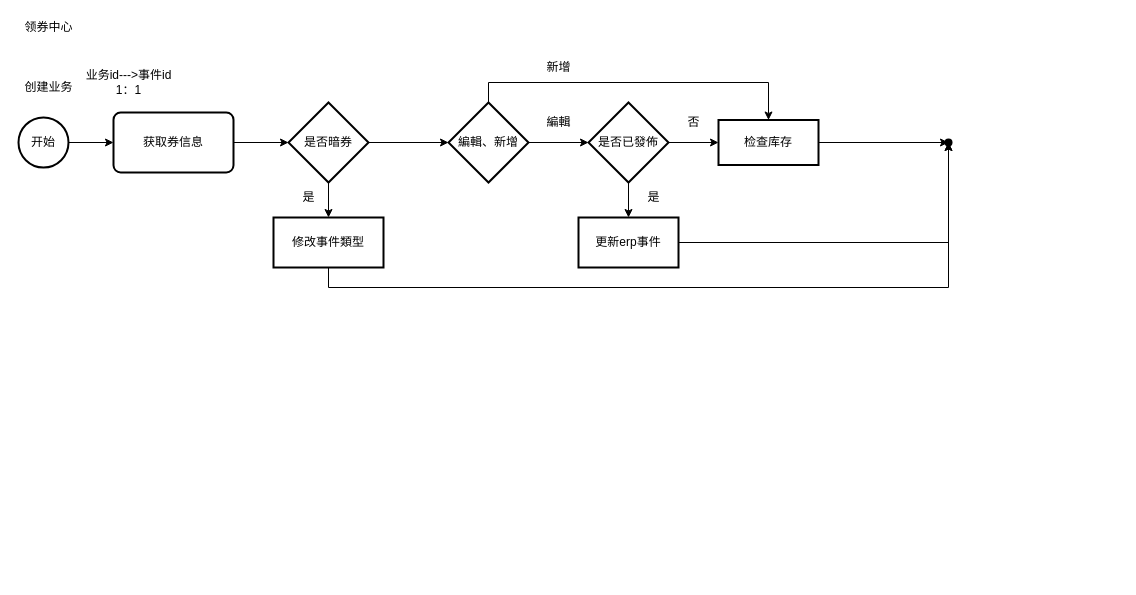
Above: 停车代金券.drawio in emperorthree/develop-design (draw.io), before the change. Source tidied: cells renumbered, new cells numbered last; positions are measured from the earlier drawing's top-left corner, leaving out a move shared by most shapes. Both pictures are drawn from the tidied source at 100%, with x=0, y=0 at pixel (18, 17).
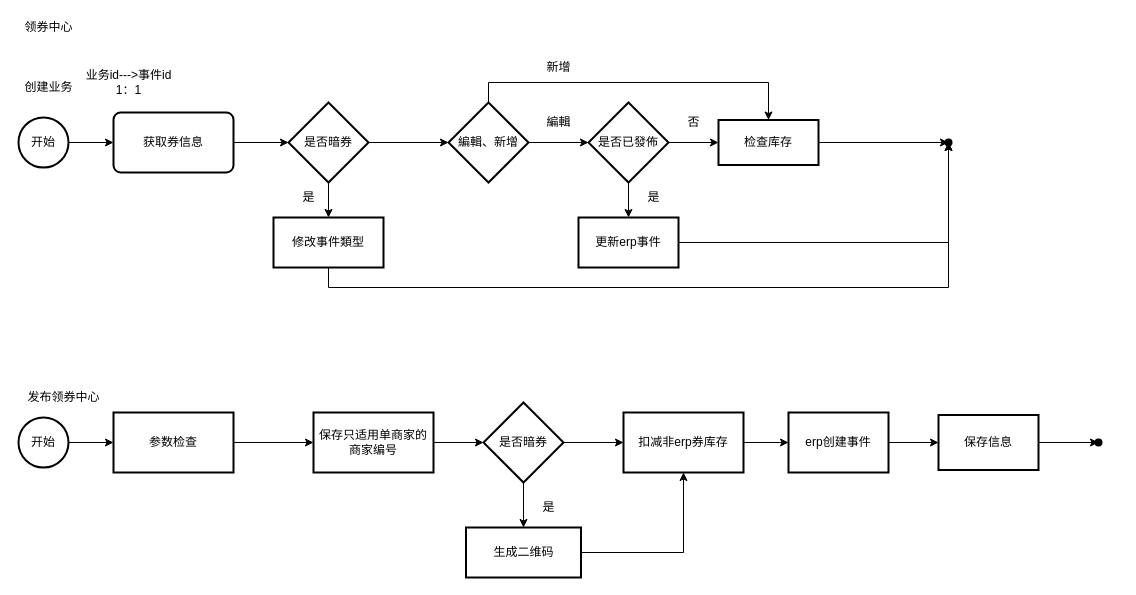
Above is the later version.

Commit message:
发布领券中心

Change to the diagram source:
```diff
@@
+    <mxCell id="30" style="edgeStyle=orthogonalEdgeStyle;rounded=0;jettySize=auto;html=1;" parent="1" edge="1" source="31" target="34">
+      <mxGeometry relative="1" as="geometry" />
+    </mxCell>
+    <mxCell id="31" value="开始" style="strokeWidth=2;html=1;shape=mxgraph.flowchart.start_2;whiteSpace=wrap;" parent="1" vertex="1">
+      <mxGeometry y="400" width="50" height="50" as="geometry" />
+    </mxCell>
+    <mxCell id="32" value="发布领券中心" style="text;html=1;align=center;verticalAlign=middle;strokeColor=none;fillColor=none;" parent="1" vertex="1">
+      <mxGeometry y="370" width="90" height="20" as="geometry" />
+    </mxCell>
+    <mxCell id="33" style="edgeStyle=orthogonalEdgeStyle;rounded=0;jettySize=auto;html=1;" parent="1" edge="1" source="34" target="36">
+      <mxGeometry relative="1" as="geometry" />
+    </mxCell>
+    <mxCell id="34" value="参数检查" style="whiteSpace=wrap;html=1;strokeWidth=2;" parent="1" vertex="1">
+      <mxGeometry x="95" y="395" width="120" height="60" as="geometry" />
+    </mxCell>
+    <mxCell id="35" style="edgeStyle=orthogonalEdgeStyle;rounded=0;jettySize=auto;html=1;exitX=1;exitY=0.5;exitDx=0;exitDy=0;entryX=0;entryY=0.5;entryDx=0;entryDy=0;" parent="1" edge="1" source="36" target="39">
+      <mxGeometry relative="1" as="geometry" />
+    </mxCell>
+    <mxCell id="36" value="保存只适用单商家的&lt;br&gt;商家编号" style="whiteSpace=wrap;html=1;strokeWidth=2;" parent="1" vertex="1">
+      <mxGeometry x="295" y="395" width="120" height="60" as="geometry" />
+    </mxCell>
+    <mxCell id="37" style="edgeStyle=orthogonalEdgeStyle;rounded=0;jettySize=auto;html=1;" parent="1" edge="1" source="39" target="41">
+      <mxGeometry relative="1" as="geometry" />
+    </mxCell>
+    <mxCell id="38" style="edgeStyle=orthogonalEdgeStyle;rounded=0;jettySize=auto;html=1;" parent="1" edge="1" source="39" target="44">
+      <mxGeometry relative="1" as="geometry" />
+    </mxCell>
+    <mxCell id="39" value="是否暗券" style="rhombus;whiteSpace=wrap;html=1;strokeWidth=2;" parent="1" vertex="1">
+      <mxGeometry x="465" y="385" width="80" height="80" as="geometry" />
+    </mxCell>
+    <mxCell id="40" style="edgeStyle=orthogonalEdgeStyle;rounded=0;jettySize=auto;html=1;exitX=1;exitY=0.5;exitDx=0;exitDy=0;entryX=0.5;entryY=1;entryDx=0;entryDy=0;" parent="1" edge="1" source="41" target="44">
+      <mxGeometry relative="1" as="geometry" />
+    </mxCell>
+    <mxCell id="41" value="生成二维码" style="whiteSpace=wrap;html=1;strokeWidth=2;" parent="1" vertex="1">
+      <mxGeometry x="447.5" y="510" width="115" height="50" as="geometry" />
+    </mxCell>
+    <mxCell id="42" value="是" style="text;html=1;align=center;verticalAlign=middle;strokeColor=none;fillColor=none;" parent="1" vertex="1">
+      <mxGeometry x="515" y="480" width="30" height="20" as="geometry" />
+    </mxCell>
+    <mxCell id="43" style="edgeStyle=orthogonalEdgeStyle;rounded=0;jettySize=auto;html=1;" parent="1" edge="1" source="44" target="46">
+      <mxGeometry relative="1" as="geometry" />
+    </mxCell>
+    <mxCell id="44" value="扣减非erp券库存" style="whiteSpace=wrap;html=1;strokeWidth=2;" parent="1" vertex="1">
+      <mxGeometry x="605" y="395" width="120" height="60" as="geometry" />
+    </mxCell>
+    <mxCell id="45" style="edgeStyle=orthogonalEdgeStyle;rounded=0;jettySize=auto;html=1;" parent="1" edge="1" source="46" target="48">
+      <mxGeometry relative="1" as="geometry" />
+    </mxCell>
+    <mxCell id="46" value="erp创建事件" style="whiteSpace=wrap;html=1;strokeWidth=2;" parent="1" vertex="1">
+      <mxGeometry x="770" y="395" width="100" height="60" as="geometry" />
+    </mxCell>
+    <mxCell id="47" style="edgeStyle=orthogonalEdgeStyle;rounded=0;jettySize=auto;html=1;" parent="1" edge="1" source="48" target="49">
+      <mxGeometry relative="1" as="geometry" />
+    </mxCell>
+    <mxCell id="48" value="保存信息" style="whiteSpace=wrap;html=1;strokeWidth=2;" parent="1" vertex="1">
+      <mxGeometry x="920" y="397.5" width="100" height="55" as="geometry" />
+    </mxCell>
+    <mxCell id="49" style="shape=waypoint;size=6;points=[];fillColor=default;perimeter=centerPerimeter;snapToPoint=1;strokeWidth=2;" parent="1" vertex="1">
+      <mxGeometry x="1060" y="405" width="40" height="40" as="geometry" />
+    </mxCell>
```
